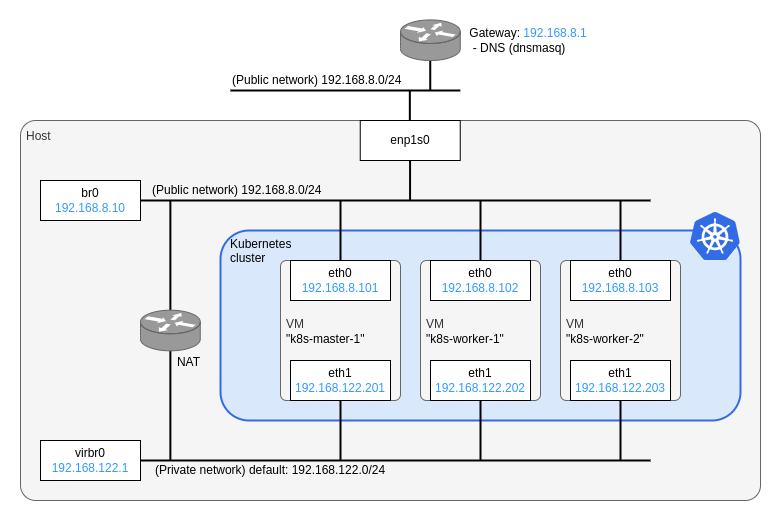
Before: kubernetes/images/network_architecture.drawio.png, a diagram exported from draw.io (sawa2d2/k8s-on-kvm). Source tidied: cells renumbered, new cells last; positions are measured from the earlier drawing's top-left corner, leaving out a move shared by most shapes.
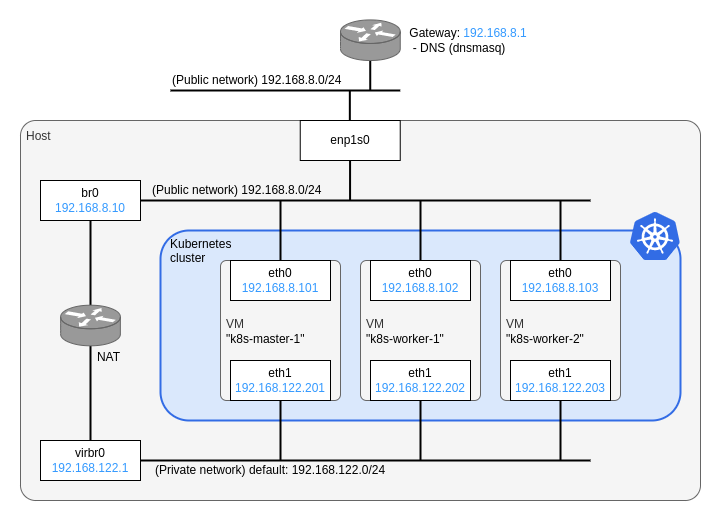
Above is the later version.

What changed in the source:
```diff
@@ -3,10 +3,10 @@
     <mxCell id="0" />
     <mxCell id="1" parent="0" />
     <mxCell id="2" style="rounded=0;whiteSpace=wrap;html=1;strokeColor=none;" parent="1" vertex="1">
-      <mxGeometry width="780" height="520" as="geometry" />
+      <mxGeometry x="60" width="720" height="520" as="geometry" />
     </mxCell>
     <mxCell id="3" value="Host" style="rounded=1;whiteSpace=wrap;html=1;strokeColor=#666666;strokeWidth=1;fillColor=#f5f5f5;fontColor=#333333;align=left;verticalAlign=top;spacingTop=2;spacingLeft=4;arcSize=4;" parent="1" vertex="1">
-      <mxGeometry x="20" y="120" width="740" height="380" as="geometry" />
+      <mxGeometry x="80" y="120" width="680" height="380" as="geometry" />
     </mxCell>
     <mxCell id="4" value="Kubernetes&lt;br&gt;cluster" style="rounded=1;whiteSpace=wrap;html=1;fillColor=#dae8fc;strokeColor=#326CE5;strokeWidth=2;align=left;verticalAlign=top;spacingLeft=8;" parent="1" vertex="1">
       <mxGeometry x="220" y="230" width="520" height="190" as="geometry" />
@@ -30,7 +30,7 @@
       <mxGeometry x="570" y="360" width="100" height="40" as="geometry" />
     </mxCell>
     <mxCell id="11" value="&lt;font&gt;(Private network) default: 192.168.122.0/24&lt;/font&gt;" style="rounded=0;whiteSpace=wrap;html=1;strokeColor=none;fillColor=none;fontColor=default;" parent="1" vertex="1">
-      <mxGeometry x="150" y="460" width="240" height="20" as="geometry" />
+      <mxGeometry x="210" y="460" width="240" height="20" as="geometry" />
     </mxCell>
     <mxCell id="12" style="edgeStyle=orthogonalEdgeStyle;rounded=0;jettySize=auto;html=1;strokeColor=default;fontColor=#3399FF;endArrow=none;endFill=0;strokeWidth=2;exitX=1;exitY=0.5;exitDx=0;exitDy=0;" parent="1" edge="1" source="32">
       <mxGeometry relative="1" as="geometry">
@@ -114,33 +114,29 @@
         <mxPoint x="650" y="200" as="targetPoint" />
       </mxGeometry>
     </mxCell>
-    <mxCell id="30" value="br0&lt;br&gt;&lt;font color=&quot;#3399ff&quot;&gt;192.168.8.10&lt;/font&gt;" style="rounded=0;whiteSpace=wrap;html=1;" parent="1" vertex="1">
-      <mxGeometry x="40" y="180" width="100" height="40" as="geometry" />
-    </mxCell>
     <mxCell id="31" style="edgeStyle=orthogonalEdgeStyle;rounded=0;orthogonalLoop=1;jettySize=auto;html=1;exitX=0.5;exitY=0;exitDx=0;exitDy=0;strokeColor=default;fontColor=#3399FF;endArrow=none;endFill=0;strokeWidth=2;" parent="1" edge="1">
       <mxGeometry relative="1" as="geometry">
         <mxPoint x="409.6" y="200" as="sourcePoint" />
         <mxPoint x="409.6" y="160" as="targetPoint" />
       </mxGeometry>
     </mxCell>
-    <mxCell id="32" value="virbr0&lt;br&gt;&lt;font color=&quot;#3399ff&quot;&gt;192.168.122.1&lt;/font&gt;" style="rounded=0;whiteSpace=wrap;html=1;" parent="1" vertex="1">
-      <mxGeometry x="40" y="440" width="100" height="40" as="geometry" />
-    </mxCell>
-    <mxCell id="33" style="edgeStyle=orthogonalEdgeStyle;rounded=0;jettySize=auto;html=1;exitX=0.5;exitY=1;exitDx=0;exitDy=0;exitPerimeter=0;strokeWidth=2;endArrow=none;endFill=0;" parent="1" edge="1" source="35">
-      <mxGeometry relative="1" as="geometry">
-        <mxPoint x="169.9" y="460" as="targetPoint" />
-      </mxGeometry>
+    <mxCell id="33" style="edgeStyle=orthogonalEdgeStyle;rounded=0;jettySize=auto;html=1;exitX=0.5;exitY=1;exitDx=0;exitDy=0;exitPerimeter=0;strokeWidth=2;endArrow=none;endFill=0;entryX=0.5;entryY=0;entryDx=0;entryDy=0;" parent="1" edge="1" source="35" target="32">
+      <mxGeometry relative="1" as="geometry" />
     </mxCell>
-    <mxCell id="34" style="edgeStyle=orthogonalEdgeStyle;rounded=0;jettySize=auto;html=1;exitX=0.5;exitY=0;exitDx=0;exitDy=0;exitPerimeter=0;strokeWidth=2;endArrow=none;endFill=0;" parent="1" edge="1" source="35">
-      <mxGeometry relative="1" as="geometry">
-        <mxPoint x="169.9" y="200" as="targetPoint" />
-      </mxGeometry>
+    <mxCell id="34" style="edgeStyle=orthogonalEdgeStyle;rounded=0;jettySize=auto;html=1;exitX=0.5;exitY=0;exitDx=0;exitDy=0;exitPerimeter=0;strokeWidth=2;endArrow=none;endFill=0;entryX=0.5;entryY=1;entryDx=0;entryDy=0;entryPerimeter=0;" parent="1" edge="1" source="35" target="30">
+      <mxGeometry relative="1" as="geometry" />
     </mxCell>
     <mxCell id="35" value="&lt;div style=&quot;&quot;&gt;&lt;font color=&quot;#000000&quot;&gt;NAT&lt;/font&gt;&lt;/div&gt;" style="shape=mxgraph.cisco.routers.router;html=1;dashed=0;fillColor=#999999;strokeColor=#666666;strokeWidth=1;verticalLabelPosition=bottom;verticalAlign=top;align=center;outlineConnect=0;fontColor=#333333;labelPosition=center;spacingLeft=36;spacing=0;" parent="1" vertex="1">
-      <mxGeometry x="140" y="309.7" width="59.7" height="40.6" as="geometry" />
+      <mxGeometry x="120.1" y="304.7" width="59.7" height="40.6" as="geometry" />
     </mxCell>
     <mxCell id="36" value="&lt;font&gt;(Public network) 192.168.8.0/24&lt;br&gt;&lt;/font&gt;" style="rounded=0;whiteSpace=wrap;html=1;strokeColor=none;fillColor=none;fontColor=default;align=left;" parent="1" vertex="1">
-      <mxGeometry x="150" y="180" width="179.7" height="20" as="geometry" />
+      <mxGeometry x="210" y="180" width="179.7" height="20" as="geometry" />
     </mxCell>
+    <mxCell id="30" value="br0&lt;br&gt;&lt;font color=&quot;#3399ff&quot;&gt;192.168.8.10&lt;/font&gt;" style="rounded=0;whiteSpace=wrap;html=1;" parent="1" vertex="1">
+      <mxGeometry x="100" y="180" width="100" height="40" as="geometry" />
+    </mxCell>
+    <mxCell id="32" value="virbr0&lt;br&gt;&lt;font color=&quot;#3399ff&quot;&gt;192.168.122.1&lt;/font&gt;" style="rounded=0;whiteSpace=wrap;html=1;" parent="1" vertex="1">
+      <mxGeometry x="100" y="440" width="100" height="40" as="geometry" />
+    </mxCell>
   </root>
 </mxGraphModel>
```
